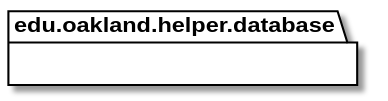
andrewdimmer/csi-3370-software-project keeps this PlantUML diagram as docs/uml-class-diagrams/database/helper/DatabaseHelperPackage_Closure.svg. Above is the earlier version. The source it was exported from:
```plantuml
@startuml DatabaseHelperPackage_Closure

package edu.oakland.helper.database {

}

@enduml
```
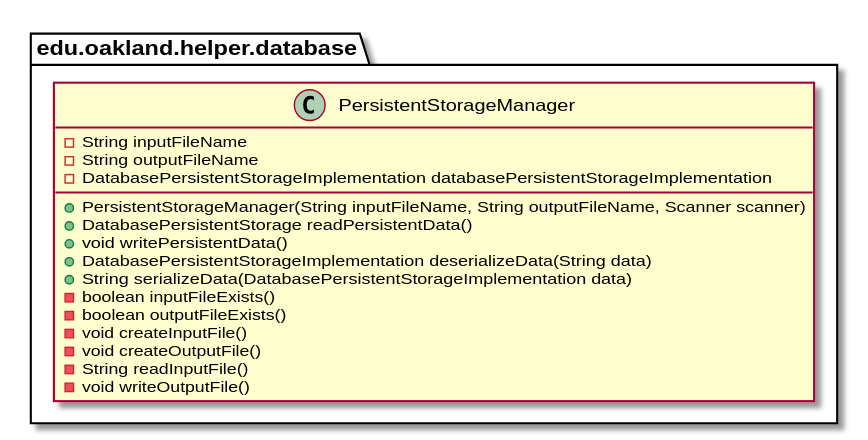
Above is the later version.

What changed in the source:
```diff
@@ -4,4 +4,31 @@
 
 }
 
+
+
+package edu.oakland.helper.database {
+    class PersistentStorageManager {
+        - String inputFileName
+        - String outputFileName
+        - DatabasePersistentStorageImplementation databasePersistentStorageImplementation
+        + PersistentStorageManager(String inputFileName, String outputFileName, Scanner scanner)
+        + DatabasePersistentStorage readPersistentData()
+        + void writePersistentData()
+        + DatabasePersistentStorageImplementation deserializeData(String data)
+        + String serializeData(DatabasePersistentStorageImplementation data)
+        - boolean inputFileExists()
+        - boolean outputFileExists()
+        - void createInputFile()
+        - void createOutputFile()
+        - String readInputFile()
+        - void writeOutputFile()
+    }
+}
+
+
+
+
+
+
+
 @enduml
```
